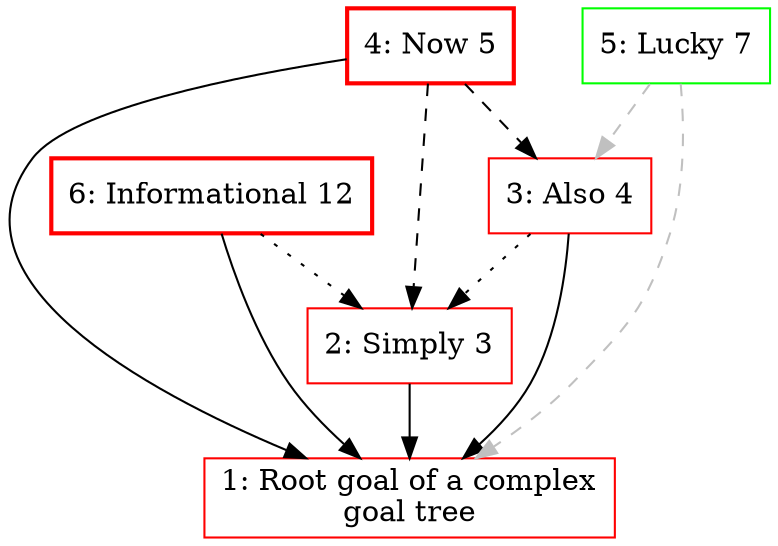
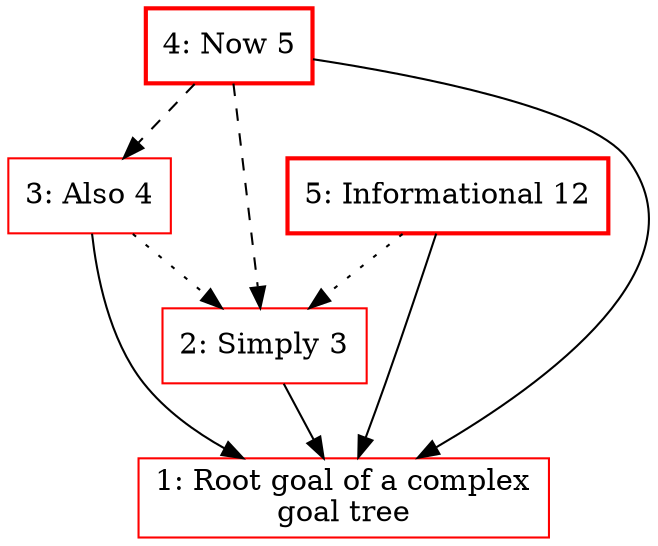
digraph g {
node [shape=box];
1 [label="1: Root goal of a complex
goal tree", color=red];
2 [label="2: Simply 3", color=red];
3 [label="3: Also 4", color=red];
4 [label="4: Now 5", color=red, style=bold];
- 5 [label="5: Lucky 7", color=green];
- 6 [label="6: Informational 12", color=red, style=bold];
+ 5 [label="5: Informational 12", color=red, style=bold];
2 -> 1 [color=black];
3 -> 1 [color=black];
4 -> 1 [color=black];
- 5 -> 1 [color=gray, style=dashed];
- 6 -> 1 [color=black];
+ 5 -> 1 [color=black];
3 -> 2 [color=black, style=dotted];
4 -> 2 [color=black, style=dashed];
- 6 -> 2 [color=black, style=dotted];
+ 5 -> 2 [color=black, style=dotted];
4 -> 3 [color=black, style=dashed];
- 5 -> 3 [color=gray, style=dashed];
}
